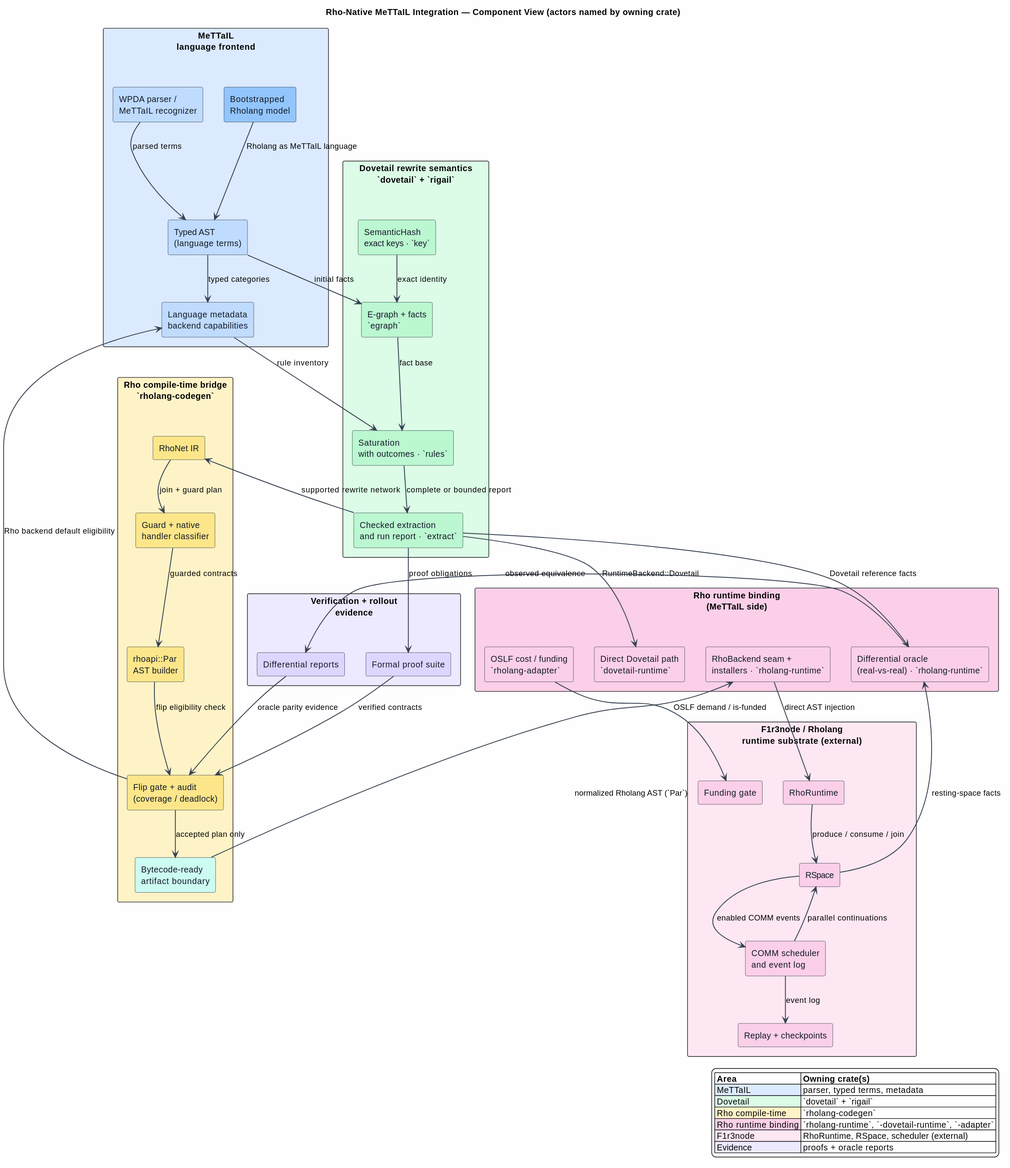
This is docs/architecture/rho-native-integration/figures/README.svg from F1R3FLY-io/mettail-rust, a PlantUML export, as it was before one commit.
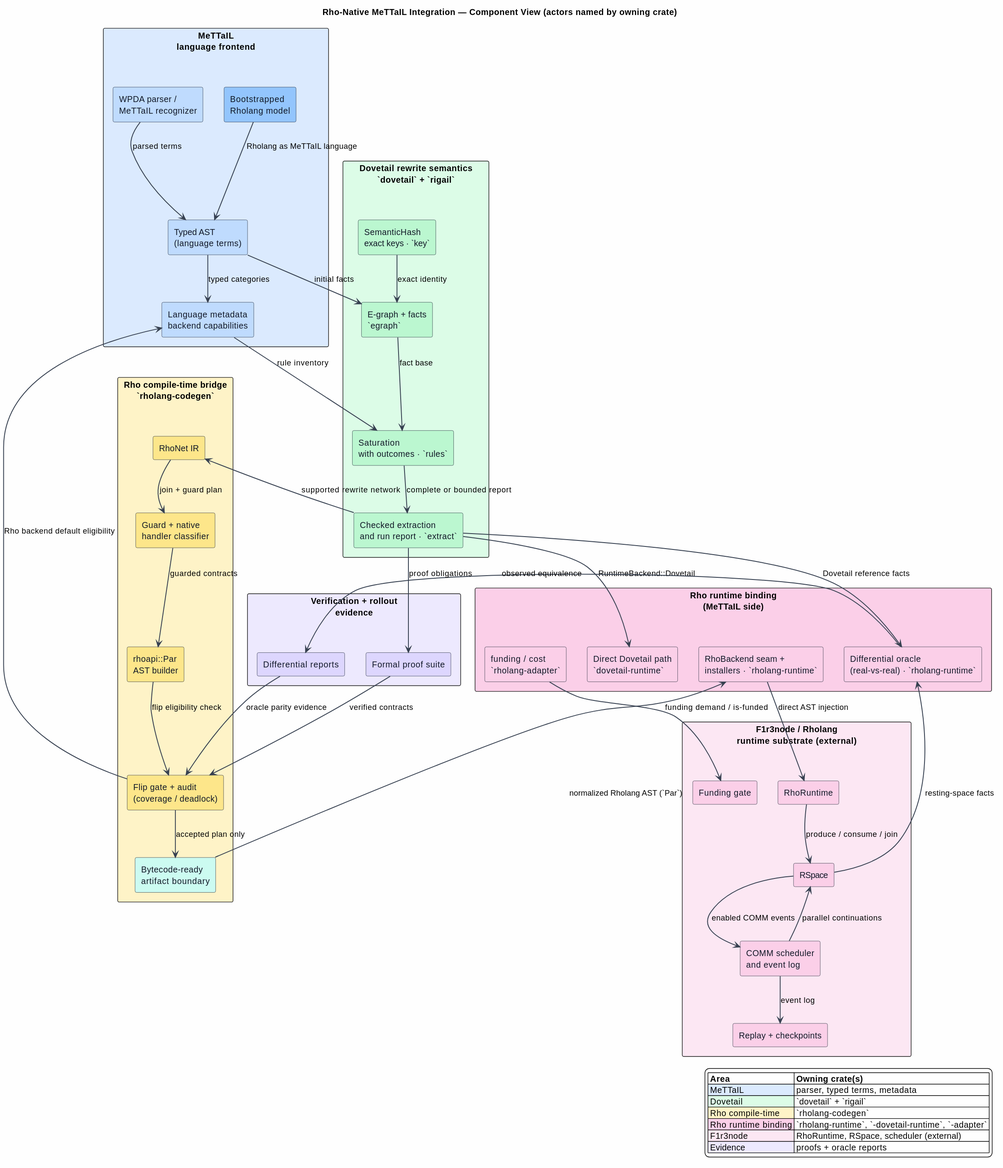
After the change.

The edit, as a diff of the source:
```diff
@@ -37,7 +37,7 @@
   component "RhoBackend seam +\ninstallers · `rholang-runtime`" as Seam #FBCFE8
   component "Differential oracle\n(real-vs-real) · `rholang-runtime`" as Oracle #FBCFE8
   component "Direct Dovetail path\n`dovetail-runtime`" as DirectPath #FBCFE8
-  component "OSLF cost / funding\n`rholang-adapter`" as Cost #FBCFE8
+  component "funding / cost\n`rholang-adapter`" as Cost #FBCFE8
 }
 
 rectangle "F1r3node / Rholang\nruntime substrate (external)" as F #FCE7F3 {
@@ -73,7 +73,7 @@
 RSpace --> Scheduler : enabled COMM events
 Scheduler --> RSpace : parallel continuations
 Scheduler --> Replay : event log
-Cost --> Funding : OSLF demand / is-funded
+Cost --> Funding : funding demand / is-funded
 RSpace --> Oracle : resting-space facts
 Report --> Oracle : Dovetail reference facts
 Oracle --> Diff : observed equivalence
```
